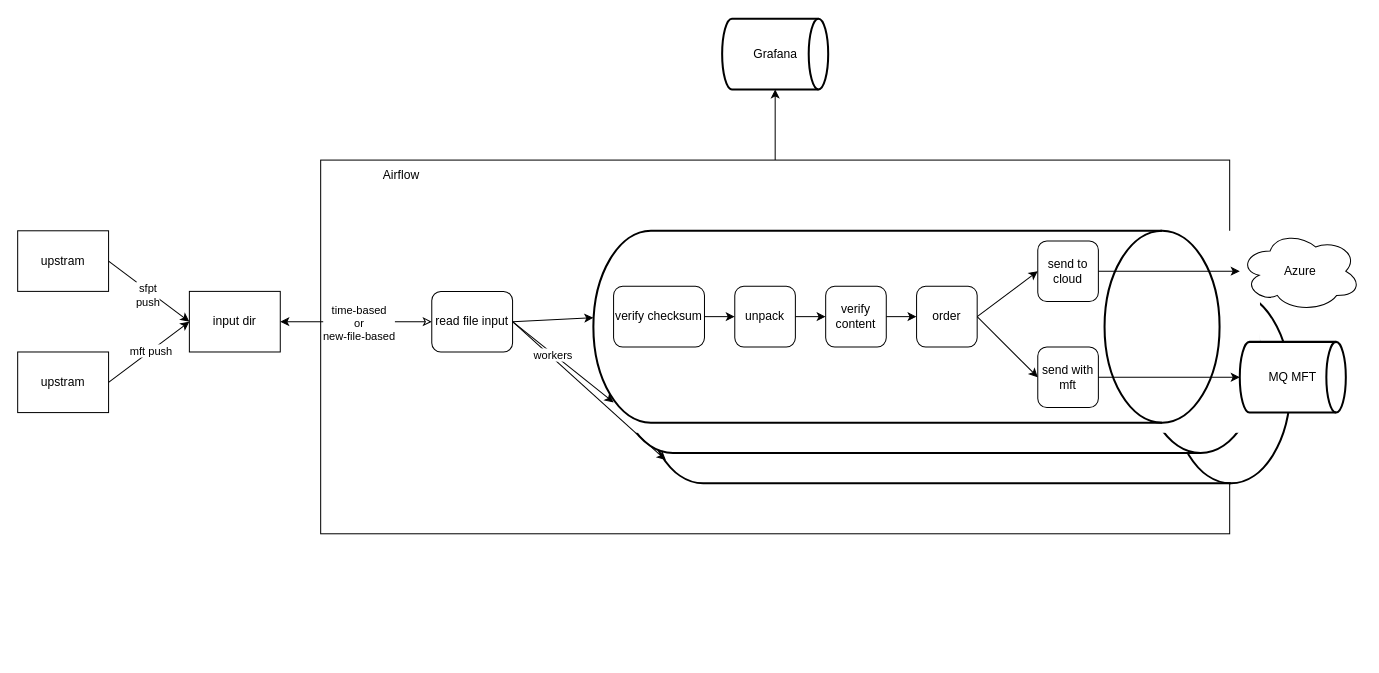
This is Architecture airflow.drawio from Blondas/ubs-landing-zone, a draw.io file, before an edit. Source tidied: cells renumbered, new cells numbered last; positions are measured from the earlier drawing's top-left corner, leaving out a move shared by most shapes. Both pictures are drawn from the tidied source at 101%, with x=0, y=0 at pixel (17, 18).
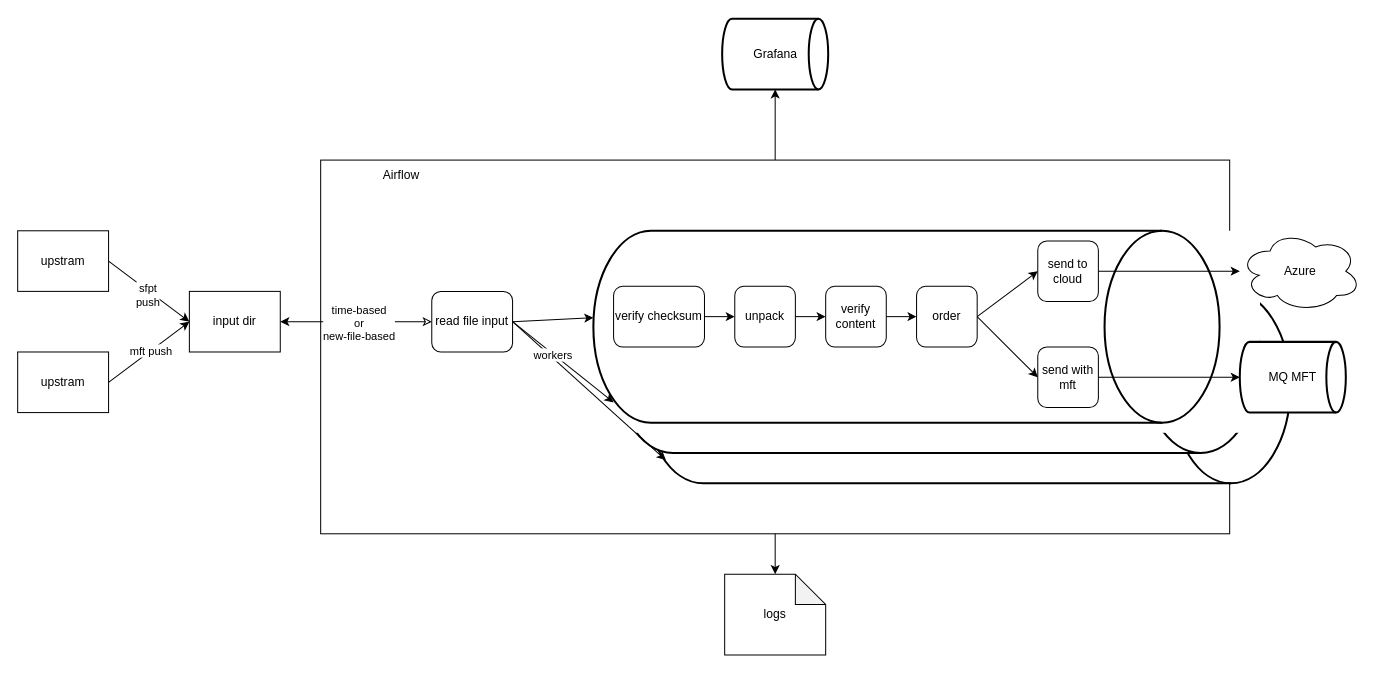
The same page after the edit.

Unchanged cells that the change refers to:
```xml
<mxCell id="2" style="rounded=0;whiteSpace=wrap;html=1;" parent="1" vertex="1">
  <mxGeometry x="300" y="140" width="900" height="370" as="geometry" />
</mxCell>
```

Change to the diagram source:
```diff
@@
+    <mxCell id="40" value="logs" style="shape=note;whiteSpace=wrap;html=1;backgroundOutline=1;darkOpacity=0.05;" parent="1" vertex="1">
+      <mxGeometry x="700" y="550" width="100" height="80" as="geometry" />
+    </mxCell>
+    <mxCell id="41" style="endArrow=classic;html=1;rounded=0;entryX=0.5;entryY=0;entryDx=0;entryDy=0;entryPerimeter=0;exitX=0.5;exitY=1;exitDx=0;exitDy=0;" parent="1" edge="1" source="2" target="40">
+      <mxGeometry relative="1" as="geometry" />
+    </mxCell>
```
